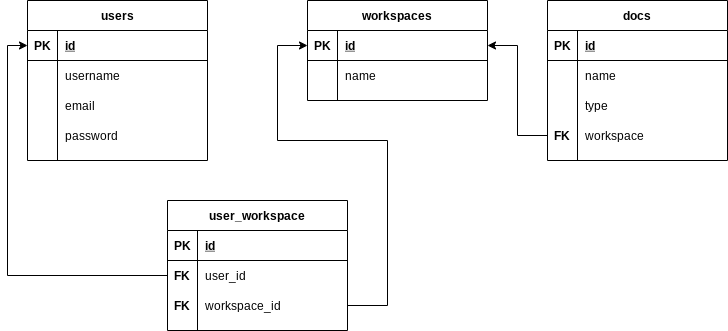
The draw.io diagram DB_ER_Diagram.png in fernandomema/Gestor-PDF, before a commit. Source tidied: cells renumbered, new cells last; positions are measured from the earlier drawing's top-left corner, leaving out a move shared by most shapes.
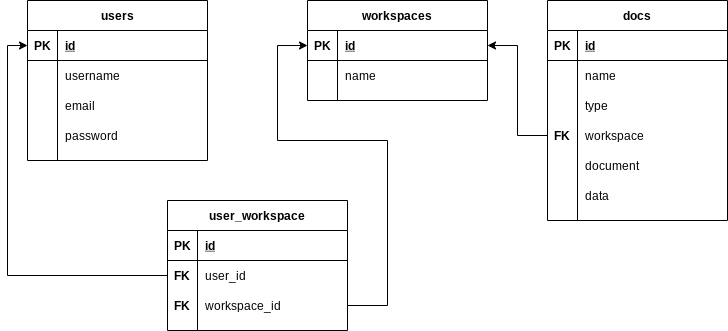
The same diagram one commit later.

What changed in the source:
```diff
@@ -63,7 +63,7 @@
       <mxGeometry x="30" width="150" height="30" as="geometry" />
     </mxCell>
     <mxCell id="22" value="docs" style="shape=table;startSize=30;rowLines=0;fontStyle=1;align=center;" parent="1" vertex="1">
-      <mxGeometry x="520" width="180" height="160" as="geometry" />
+      <mxGeometry x="520" width="180" height="220" as="geometry" />
     </mxCell>
     <mxCell id="23" style="shape=partialRectangle;fillColor=none;top=0;left=0;bottom=1;right=0;" parent="22" vertex="1">
       <mxGeometry y="30" width="180" height="30" as="geometry" />
@@ -101,6 +101,24 @@
     <mxCell id="34" value="workspace" style="shape=partialRectangle;fillColor=none;top=0;left=0;bottom=0;right=0;align=left;spacingLeft=6;overflow=hidden;" parent="32" vertex="1">
       <mxGeometry x="30" width="150" height="30" as="geometry" />
     </mxCell>
+    <mxCell id="48" style="shape=partialRectangle;fillColor=none;top=0;left=0;bottom=0;right=0;" parent="22" vertex="1">
+      <mxGeometry y="150" width="180" height="30" as="geometry" />
+    </mxCell>
+    <mxCell id="49" style="shape=partialRectangle;fillColor=none;top=0;left=0;bottom=0;right=0;overflow=hidden;fontStyle=1;" parent="48" vertex="1">
+      <mxGeometry width="30" height="30" as="geometry" />
+    </mxCell>
+    <mxCell id="50" value="document" style="shape=partialRectangle;fillColor=none;top=0;left=0;bottom=0;right=0;align=left;spacingLeft=6;overflow=hidden;" parent="48" vertex="1">
+      <mxGeometry x="30" width="150" height="30" as="geometry" />
+    </mxCell>
+    <mxCell id="51" style="shape=partialRectangle;fillColor=none;top=0;left=0;bottom=0;right=0;" parent="22" vertex="1">
+      <mxGeometry y="180" width="180" height="30" as="geometry" />
+    </mxCell>
+    <mxCell id="52" style="shape=partialRectangle;fillColor=none;top=0;left=0;bottom=0;right=0;overflow=hidden;fontStyle=1;" parent="51" vertex="1">
+      <mxGeometry width="30" height="30" as="geometry" />
+    </mxCell>
+    <mxCell id="53" value="data" style="shape=partialRectangle;fillColor=none;top=0;left=0;bottom=0;right=0;align=left;spacingLeft=6;overflow=hidden;" parent="51" vertex="1">
+      <mxGeometry x="30" width="150" height="30" as="geometry" />
+    </mxCell>
     <mxCell id="35" style="edgeStyle=orthogonalEdgeStyle;rounded=0;jettySize=auto;html=1;exitX=0;exitY=0.5;exitDx=0;exitDy=0;entryX=1;entryY=0.5;entryDx=0;entryDy=0;" parent="1" edge="1" source="32" target="16">
       <mxGeometry relative="1" as="geometry" />
     </mxCell>
```
